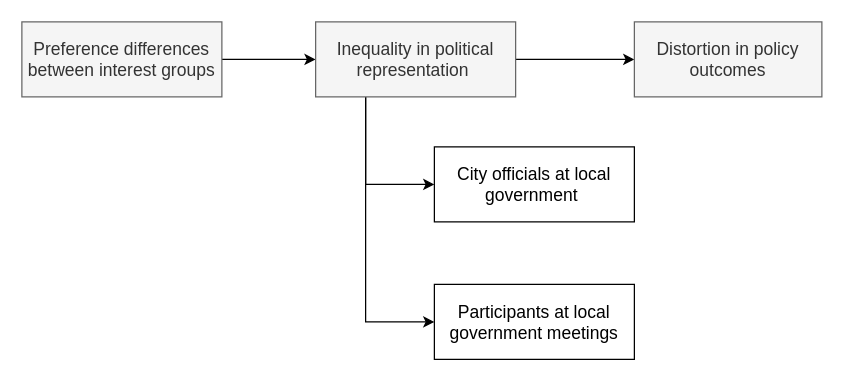
Above: policy_distortion.drawio in changgge/changgge (draw.io), before the change. Source tidied: cells renumbered, new cells numbered last; positions are measured from the earlier drawing's top-left corner, leaving out a move shared by most shapes. Both pictures are drawn from the tidied source at 125%, with x=0, y=0 at pixel (21, 21).
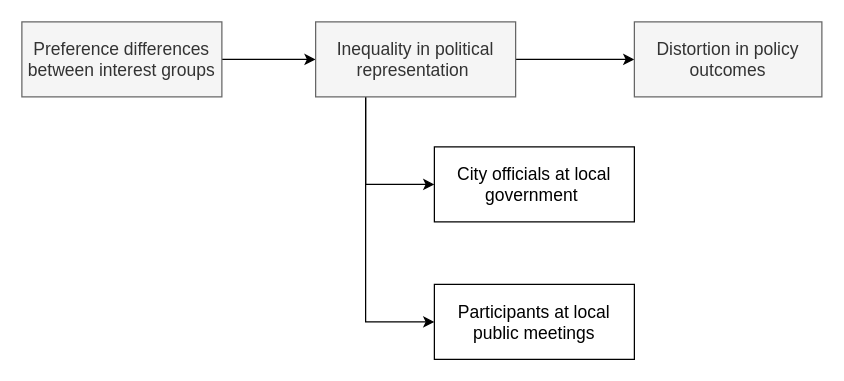
Above is the later version.

The edit, as a diff of the source:
```diff
@@
 <mxGraphModel>
   <root>
     <mxCell id="0" />
     <mxCell id="1" parent="0" />
     <mxCell id="2" style="edgeStyle=orthogonalEdgeStyle;rounded=0;jettySize=auto;html=1;exitX=1;exitY=0.5;exitDx=0;exitDy=0;entryX=0;entryY=0.5;entryDx=0;entryDy=0;" parent="1" edge="1" source="3" target="7">
       <mxGeometry relative="1" as="geometry" />
     </mxCell>
     <mxCell id="3" value="Preference differences between interest groups" style="text;html=1;align=center;verticalAlign=middle;whiteSpace=wrap;rounded=0;fillColor=#f5f5f5;fontColor=#333333;strokeColor=#666666;fontSize=14;" parent="1" vertex="1">
       <mxGeometry width="160" height="60" as="geometry" />
     </mxCell>
     <mxCell id="4" style="edgeStyle=orthogonalEdgeStyle;rounded=0;jettySize=auto;html=1;exitX=0.25;exitY=1;exitDx=0;exitDy=0;entryX=0;entryY=0.5;entryDx=0;entryDy=0;" parent="1" edge="1" source="7" target="9">
       <mxGeometry relative="1" as="geometry" />
     </mxCell>
     <mxCell id="5" style="edgeStyle=orthogonalEdgeStyle;rounded=0;jettySize=auto;html=1;exitX=0.25;exitY=1;exitDx=0;exitDy=0;" parent="1" edge="1" source="7">
       <mxGeometry relative="1" as="geometry">
         <mxPoint x="330" y="240" as="targetPoint" />
         <Array as="points">
           <mxPoint x="275" y="240" />
         </Array>
       </mxGeometry>
     </mxCell>
     <mxCell id="6" style="edgeStyle=orthogonalEdgeStyle;rounded=0;jettySize=auto;html=1;exitX=1;exitY=0.5;exitDx=0;exitDy=0;entryX=0;entryY=0.5;entryDx=0;entryDy=0;" parent="1" edge="1" source="7" target="8">
       <mxGeometry relative="1" as="geometry" />
     </mxCell>
     <mxCell id="7" value="Inequality in political representation&amp;nbsp;" style="text;html=1;align=center;verticalAlign=middle;whiteSpace=wrap;rounded=0;fillColor=#f5f5f5;fontColor=#333333;strokeColor=#666666;fontSize=14;" parent="1" vertex="1">
       <mxGeometry x="235" width="160" height="60" as="geometry" />
     </mxCell>
     <mxCell id="8" value="Distortion in policy outcomes" style="text;html=1;align=center;verticalAlign=middle;whiteSpace=wrap;rounded=0;fillColor=#f5f5f5;fontColor=#333333;strokeColor=#666666;fontSize=14;" parent="1" vertex="1">
       <mxGeometry x="490" width="150" height="60" as="geometry" />
     </mxCell>
     <mxCell id="9" value="City officials at local government&amp;nbsp;" style="text;html=1;align=center;verticalAlign=middle;whiteSpace=wrap;rounded=0;fontSize=14;strokeColor=default;" parent="1" vertex="1">
       <mxGeometry x="330" y="100" width="160" height="60" as="geometry" />
     </mxCell>
-    <mxCell id="10" value="Participants at local government meetings" style="text;html=1;align=center;verticalAlign=middle;whiteSpace=wrap;rounded=0;fontSize=14;fillColor=none;strokeColor=default;" parent="1" vertex="1">
+    <mxCell id="10" value="Participants at local public meetings" style="text;html=1;align=center;verticalAlign=middle;whiteSpace=wrap;rounded=0;fontSize=14;fillColor=none;strokeColor=default;" parent="1" vertex="1">
       <mxGeometry x="330" y="210" width="160" height="60" as="geometry" />
     </mxCell>
   </root>
 </mxGraphModel>
```
